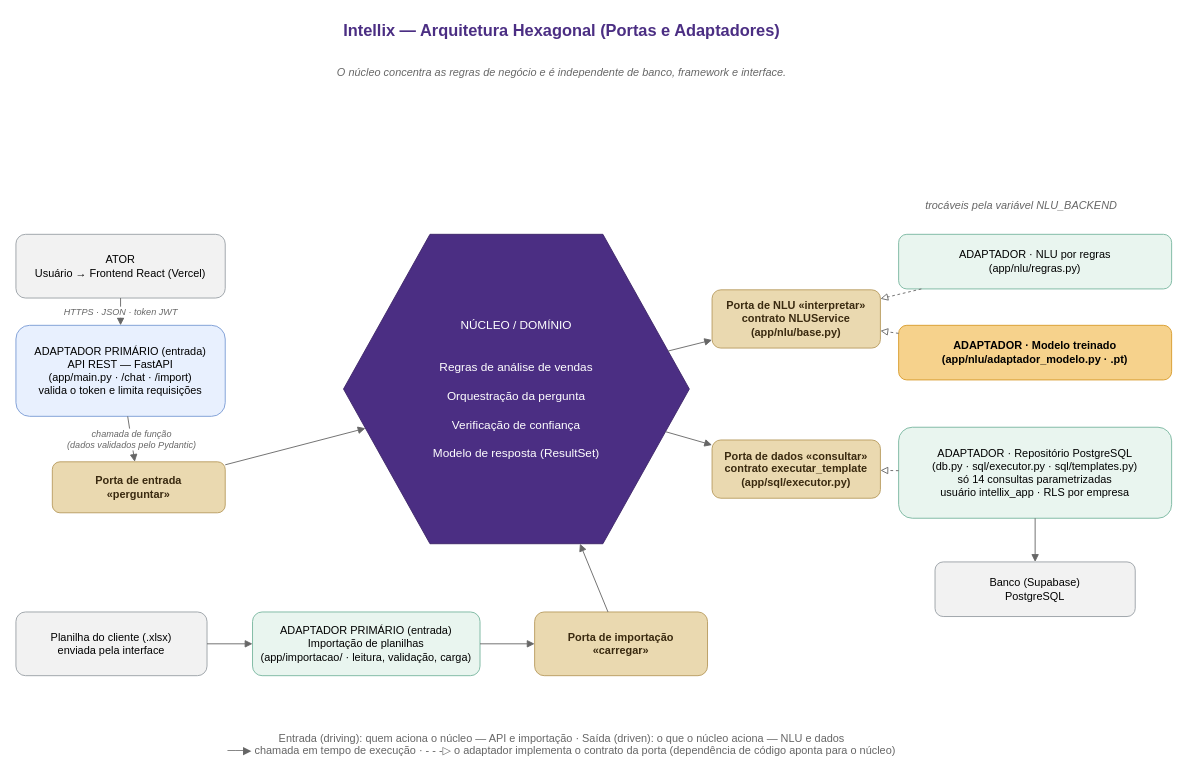
The draw.io diagram docs/diagramas/arquitetura_hexagonal.drawio in intellix-tcc/Intellix, before the edit. Source tidied: cells renumbered, new cells numbered last; positions are measured from the earlier drawing's top-left corner, leaving out a move shared by most shapes. Both pictures are drawn from the tidied source at 91%, with x=0, y=0 at pixel (15, 15).
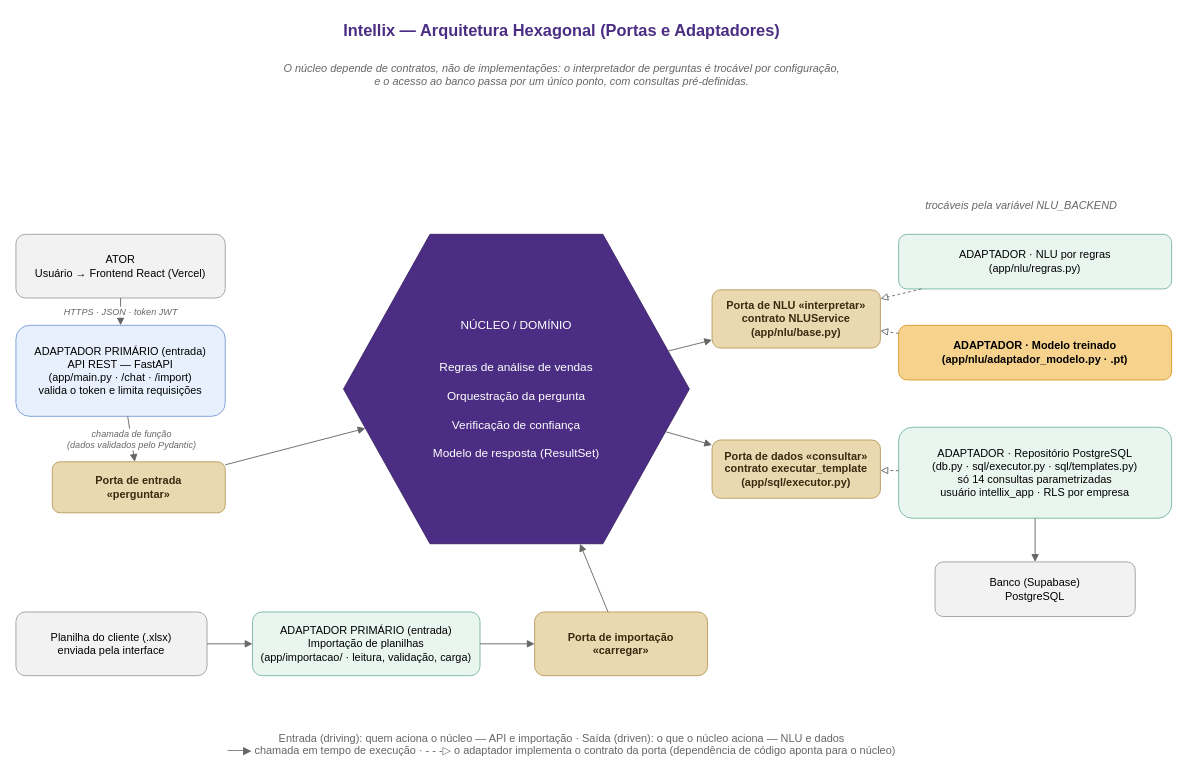
Above is the later version.

Commit message (it also covers changes not shown here):
docs(diagramas): subtitulo do hexagonal fiel ao codigo (so o NLU e trocavel)

What changed in the source:
```diff
@@
-    <mxCell id="3" value="O núcleo concentra as regras de negócio e é independente de banco, framework e interface." style="text;fontFamily=Helvetica;fontSize=12;html=1;whiteSpace=wrap;strokeColor=none;fillColor=none;align=center;fontStyle=2;fontColor=#666666;" parent="1" vertex="1">
-      <mxGeometry x="190" y="48" width="820" height="26" as="geometry" />
+    <mxCell id="3" value="O núcleo depende de contratos, não de implementações: o interpretador de perguntas é trocável por configuração,&#10;e o acesso ao banco passa por um único ponto, com consultas pré-definidas." style="text;fontFamily=Helvetica;fontSize=12;html=1;whiteSpace=wrap;strokeColor=none;fillColor=none;align=center;fontStyle=2;fontColor=#666666;" parent="1" vertex="1">
+      <mxGeometry x="100" y="44" width="1000" height="40" as="geometry" />
     </mxCell>
```
